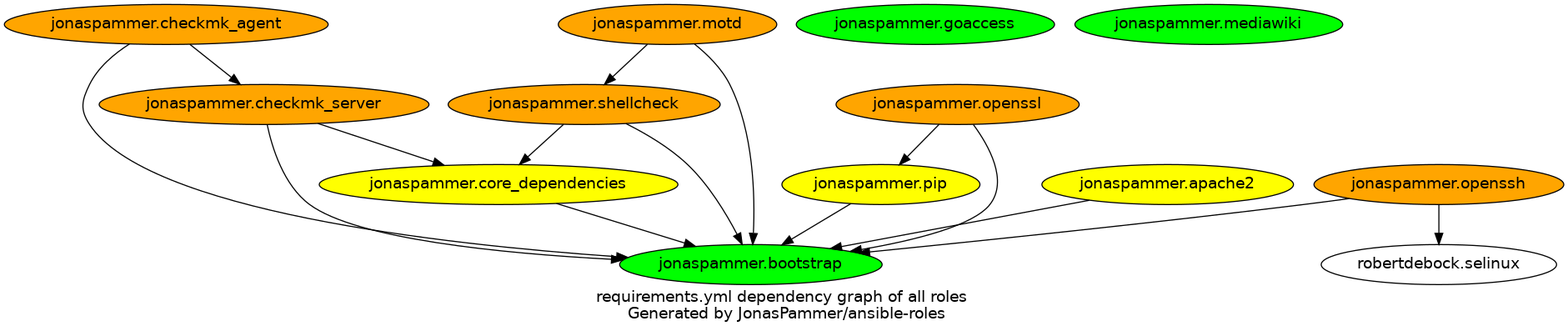
Earlier version of the Graphviz export graphs/dependencies_ALL.png (JonasPammer/ansible-roles). Its source is kept beside it as graphs/dependencies_ALL.dot.
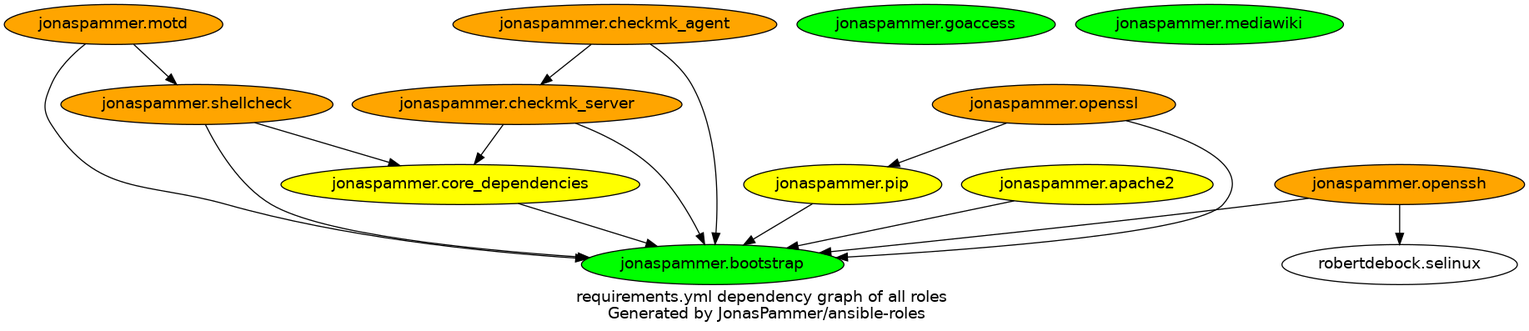
Later version of the same file.

Change to the diagram source:
```diff
@@ -2,28 +2,28 @@
   label = "requirements.yml dependency graph of all roles \n Generated by JonasPammer/ansible-roles" ;
 
   {
+    "jonaspammer.bootstrap" [fillcolor=green style=filled]
+    "jonaspammer.core_dependencies" [fillcolor=yellow style=filled]
+    "jonaspammer.pip" [fillcolor=yellow style=filled]
+    "jonaspammer.shellcheck" [fillcolor=orange style=filled]
+    "jonaspammer.checkmk_server" [fillcolor=orange style=filled]
+    "jonaspammer.checkmk_agent" [fillcolor=orange style=filled]
+    "jonaspammer.openssh" [fillcolor=orange style=filled]
+    "jonaspammer.motd" [fillcolor=orange style=filled]
     "jonaspammer.apache2" [fillcolor=yellow style=filled]
-    "jonaspammer.bootstrap" [fillcolor=green style=filled]
-    "jonaspammer.checkmk_agent" [fillcolor=orange style=filled]
-    "jonaspammer.checkmk_server" [fillcolor=orange style=filled]
-    "jonaspammer.core_dependencies" [fillcolor=yellow style=filled]
+    "jonaspammer.openssl" [fillcolor=orange style=filled]
     "jonaspammer.goaccess" [fillcolor=green style=filled]
     "jonaspammer.mediawiki" [fillcolor=green style=filled]
-    "jonaspammer.motd" [fillcolor=orange style=filled]
-    "jonaspammer.openssh" [fillcolor=orange style=filled]
-    "jonaspammer.openssl" [fillcolor=orange style=filled]
-    "jonaspammer.pip" [fillcolor=yellow style=filled]
-    "jonaspammer.shellcheck" [fillcolor=orange style=filled]
   }
 
 
-  "jonaspammer.apache2" -> {"jonaspammer.bootstrap"}
-  "jonaspammer.checkmk_agent" -> {"jonaspammer.bootstrap" "jonaspammer.checkmk_server"}
-  "jonaspammer.checkmk_server" -> {"jonaspammer.bootstrap" "jonaspammer.core_dependencies"}
   "jonaspammer.core_dependencies" -> {"jonaspammer.bootstrap"}
-  "jonaspammer.motd" -> {"jonaspammer.bootstrap" "jonaspammer.shellcheck"}
-  "jonaspammer.openssh" -> {"jonaspammer.bootstrap" "robertdebock.selinux"}
-  "jonaspammer.openssl" -> {"jonaspammer.pip" "jonaspammer.bootstrap"}
   "jonaspammer.pip" -> {"jonaspammer.bootstrap"}
   "jonaspammer.shellcheck" -> {"jonaspammer.bootstrap" "jonaspammer.core_dependencies"}
+  "jonaspammer.checkmk_server" -> {"jonaspammer.bootstrap" "jonaspammer.core_dependencies"}
+  "jonaspammer.checkmk_agent" -> {"jonaspammer.bootstrap" "jonaspammer.checkmk_server"}
+  "jonaspammer.openssh" -> {"jonaspammer.bootstrap" "robertdebock.selinux"}
+  "jonaspammer.motd" -> {"jonaspammer.bootstrap" "jonaspammer.shellcheck"}
+  "jonaspammer.apache2" -> {"jonaspammer.bootstrap"}
+  "jonaspammer.openssl" -> {"jonaspammer.pip" "jonaspammer.bootstrap"}
 }
```
